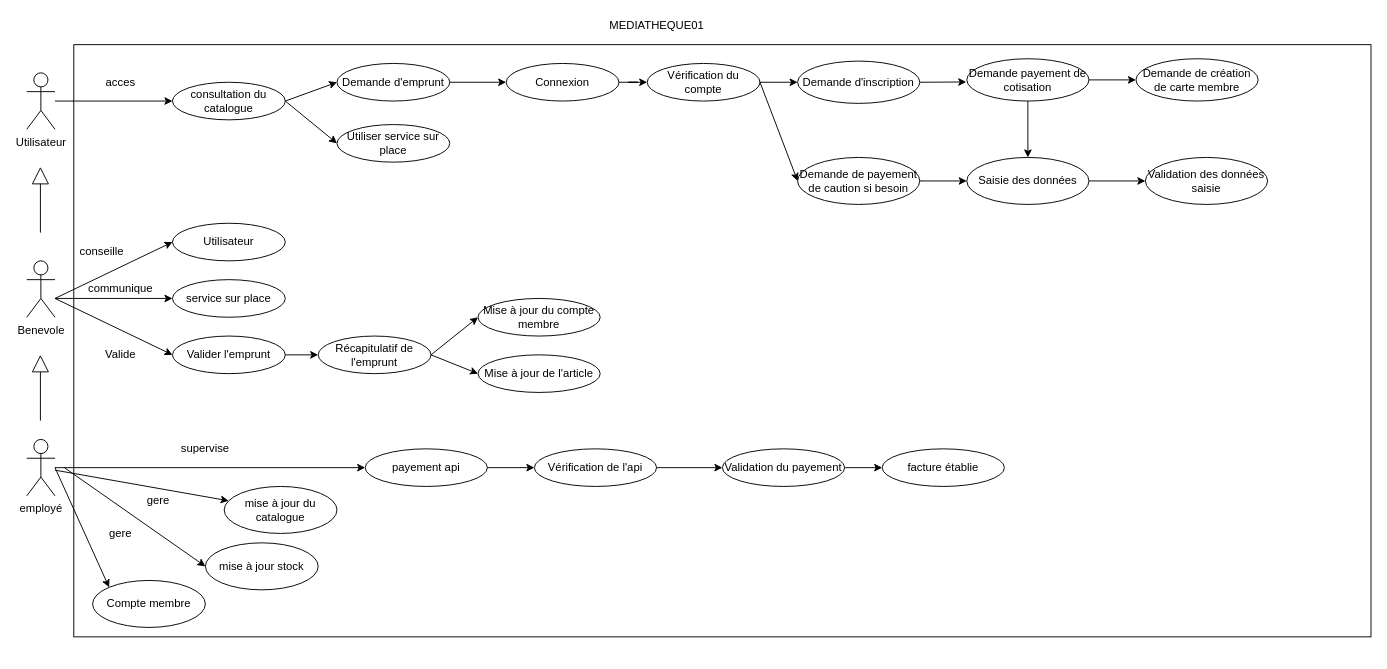
Above: page "Cas d'usage" (1 of 4) of developperDesComposantsdInterface/umlPartie1/UML.drawio in Mikaeldus/ExoCDA (draw.io), before the change. Source tidied: cells renumbered, new cells numbered last; positions are measured from the earlier drawing's top-left corner, leaving out a move shared by most shapes. Both pictures are drawn from the tidied source at 94%, with x=0, y=0 at pixel (26, 16).
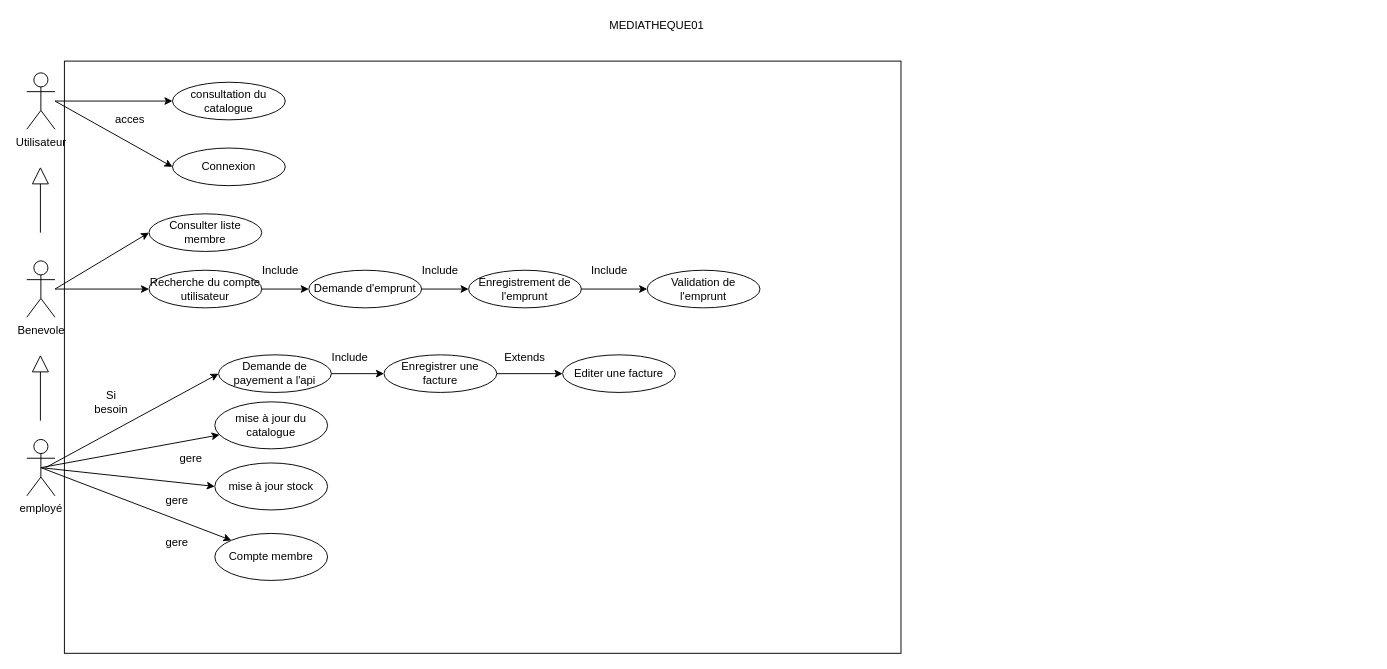
After the change.

Unchanged cells that the change refers to:
```xml
<mxCell id="4" value="Benevole" style="shape=umlActor;verticalLabelPosition=bottom;verticalAlign=top;html=1;outlineConnect=0;" parent="1" vertex="1">
  <mxGeometry y="260" width="30" height="60" as="geometry" />
</mxCell>
<mxCell id="5" value="employé" style="shape=umlActor;verticalLabelPosition=bottom;verticalAlign=top;html=1;outlineConnect=0;" parent="1" vertex="1">
  <mxGeometry y="450" width="30" height="60" as="geometry" />
</mxCell>
<mxCell id="7" value="consultation du catalogue" style="ellipse;whiteSpace=wrap;html=1;" parent="1" vertex="1">
  <mxGeometry x="155" y="70" width="120" height="40" as="geometry" />
</mxCell>
```

What changed in the source:
```diff
@@
     <mxCell id="2" style="html=1;" parent="1" vertex="1">
-      <mxGeometry x="50" y="30" width="1380" height="630" as="geometry" />
+      <mxGeometry x="40" y="47.5" width="890" height="630" as="geometry" />
     </mxCell>
@@
-    <mxCell id="8" value="payement api" style="ellipse;whiteSpace=wrap;html=1;" parent="1" vertex="1">
-      <mxGeometry x="360" y="460" width="130" height="40" as="geometry" />
-    </mxCell>
@@
-    <mxCell id="10" style="endArrow=classic;html=1;" parent="1" edge="1" source="5" target="11">
+    <mxCell id="10" style="endArrow=classic;html=1;exitX=0.5;exitY=0.5;exitDx=0;exitDy=0;exitPerimeter=0;" parent="1" edge="1" source="5" target="11">
       <mxGeometry relative="1" as="geometry" />
     </mxCell>
     <mxCell id="11" value="mise à jour du catalogue " style="ellipse;whiteSpace=wrap;html=1;" parent="1" vertex="1">
-      <mxGeometry x="210" y="500" width="120" height="50" as="geometry" />
+      <mxGeometry x="200" y="410" width="120" height="50" as="geometry" />
     </mxCell>
-    <mxCell id="12" value="Demande d'inscription" style="ellipse;whiteSpace=wrap;html=1;" parent="1" vertex="1">
-      <mxGeometry x="820" y="47.5" width="130" height="45" as="geometry" />
-    </mxCell>
@@
-    <mxCell id="16" value="Demande d'emprunt" style="ellipse;whiteSpace=wrap;html=1;" parent="1" vertex="1">
-      <mxGeometry x="330" y="50" width="120" height="40" as="geometry" />
-    </mxCell>
-    <mxCell id="17" style="edgeStyle=orthogonalEdgeStyle;rounded=0;jettySize=auto;html=1;" parent="1" edge="1" source="18" target="29">
-      <mxGeometry relative="1" as="geometry" />
-    </mxCell>
-    <mxCell id="18" value="Connexion" style="ellipse;whiteSpace=wrap;html=1;" parent="1" vertex="1">
-      <mxGeometry x="510" y="50" width="120" height="40" as="geometry" />
-    </mxCell>
-    <mxCell id="19" value="Demande de payement de caution si besoin" style="ellipse;whiteSpace=wrap;html=1;" parent="1" vertex="1">
-      <mxGeometry x="820" y="150" width="130" height="50" as="geometry" />
-    </mxCell>
-    <mxCell id="20" value="Utiliser service sur place" style="ellipse;whiteSpace=wrap;html=1;" parent="1" vertex="1">
-      <mxGeometry x="330" y="115" width="120" height="40" as="geometry" />
-    </mxCell>
-    <mxCell id="21" style="endArrow=classic;html=1;exitX=1;exitY=0.5;exitDx=0;exitDy=0;entryX=0;entryY=0.5;entryDx=0;entryDy=0;" parent="1" edge="1" source="7" target="20">
-      <mxGeometry relative="1" as="geometry" />
-    </mxCell>
-    <mxCell id="22" style="endArrow=classic;html=1;exitX=1;exitY=0.5;exitDx=0;exitDy=0;entryX=0;entryY=0.5;entryDx=0;entryDy=0;" parent="1" edge="1" source="7" target="16">
-      <mxGeometry relative="1" as="geometry" />
-    </mxCell>
-    <mxCell id="23" style="endArrow=classic;html=1;exitX=1;exitY=0.5;exitDx=0;exitDy=0;entryX=0;entryY=0.5;entryDx=0;entryDy=0;" parent="1" edge="1" source="16" target="18">
-      <mxGeometry relative="1" as="geometry" />
-    </mxCell>
-    <mxCell id="24" value="Valider l'emprunt" style="ellipse;whiteSpace=wrap;html=1;" parent="1" vertex="1">
-      <mxGeometry x="155" y="340" width="120" height="40" as="geometry" />
+    <mxCell id="24" value="Enregistrement de l'emprunt" style="ellipse;whiteSpace=wrap;html=1;" parent="1" vertex="1">
+      <mxGeometry x="470" y="270" width="120" height="40" as="geometry" />
     </mxCell>
-    <mxCell id="25" value="service sur place" style="ellipse;whiteSpace=wrap;html=1;" parent="1" vertex="1">
-      <mxGeometry x="155" y="280" width="120" height="40" as="geometry" />
-    </mxCell>
-    <mxCell id="26" style="endArrow=classic;html=1;entryX=0;entryY=0.5;entryDx=0;entryDy=0;" parent="1" edge="1" target="25">
-      <mxGeometry relative="1" as="geometry">
-        <mxPoint x="30" y="300" as="sourcePoint" />
-      </mxGeometry>
-    </mxCell>
-    <mxCell id="27" value="communique" style="text;html=1;strokeColor=none;fillColor=none;align=center;verticalAlign=middle;whiteSpace=wrap;rounded=0;" parent="1" vertex="1">
-      <mxGeometry x="80" y="280" width="40" height="20" as="geometry" />
-    </mxCell>
-    <mxCell id="28" value="Vérification de l'api" style="ellipse;whiteSpace=wrap;html=1;" parent="1" vertex="1">
-      <mxGeometry x="540" y="460" width="130" height="40" as="geometry" />
-    </mxCell>
-    <mxCell id="29" value="Vérification du compte" style="ellipse;whiteSpace=wrap;html=1;" parent="1" vertex="1">
-      <mxGeometry x="660" y="50" width="120" height="40" as="geometry" />
-    </mxCell>
-    <mxCell id="30" style="endArrow=classic;html=1;exitX=1;exitY=0.5;exitDx=0;exitDy=0;entryX=0;entryY=0.5;entryDx=0;entryDy=0;" parent="1" edge="1" source="29" target="12">
-      <mxGeometry relative="1" as="geometry" />
-    </mxCell>
-    <mxCell id="31" style="endArrow=classic;html=1;exitX=1;exitY=0.5;exitDx=0;exitDy=0;entryX=0;entryY=0.5;entryDx=0;entryDy=0;" parent="1" edge="1" source="29" target="19">
-      <mxGeometry relative="1" as="geometry" />
-    </mxCell>
-    <mxCell id="32" style="endArrow=classic;html=1;entryX=0;entryY=0.5;entryDx=0;entryDy=0;" parent="1" edge="1" target="8">
-      <mxGeometry relative="1" as="geometry">
-        <mxPoint x="30" y="480" as="sourcePoint" />
-      </mxGeometry>
-    </mxCell>
-    <mxCell id="33" value="supervise" style="text;html=1;strokeColor=none;fillColor=none;align=center;verticalAlign=middle;whiteSpace=wrap;rounded=0;" parent="1" vertex="1">
-      <mxGeometry x="170" y="450" width="40" height="20" as="geometry" />
-    </mxCell>
-    <mxCell id="34" value="Validation du payement" style="ellipse;whiteSpace=wrap;html=1;" parent="1" vertex="1">
-      <mxGeometry x="740" y="460" width="130" height="40" as="geometry" />
-    </mxCell>
-    <mxCell id="35" value="Mise à jour du compte membre" style="ellipse;whiteSpace=wrap;html=1;" parent="1" vertex="1">
-      <mxGeometry x="480" y="300" width="130" height="40" as="geometry" />
-    </mxCell>
-    <mxCell id="36" value="Saisie des données" style="ellipse;whiteSpace=wrap;html=1;" parent="1" vertex="1">
-      <mxGeometry x="1000" y="150" width="130" height="50" as="geometry" />
-    </mxCell>
-    <mxCell id="37" style="endArrow=classic;html=1;exitX=1;exitY=0.5;exitDx=0;exitDy=0;entryX=0;entryY=0.5;entryDx=0;entryDy=0;" parent="1" edge="1" source="8" target="28">
-      <mxGeometry relative="1" as="geometry" />
-    </mxCell>
-    <mxCell id="38" style="endArrow=classic;html=1;exitX=1;exitY=0.5;exitDx=0;exitDy=0;entryX=0;entryY=0.5;entryDx=0;entryDy=0;" parent="1" edge="1" source="28" target="34">
-      <mxGeometry relative="1" as="geometry" />
-    </mxCell>
-    <mxCell id="39" value="Validation des données saisie" style="ellipse;whiteSpace=wrap;html=1;" parent="1" vertex="1">
-      <mxGeometry x="1190" y="150" width="130" height="50" as="geometry" />
-    </mxCell>
-    <mxCell id="40" style="endArrow=classic;html=1;exitX=1;exitY=0.5;exitDx=0;exitDy=0;entryX=0;entryY=0.5;entryDx=0;entryDy=0;" parent="1" edge="1" source="36" target="39">
-      <mxGeometry relative="1" as="geometry" />
-    </mxCell>
-    <mxCell id="41" value="Récapitulatif de l'emprunt" style="ellipse;whiteSpace=wrap;html=1;" parent="1" vertex="1">
-      <mxGeometry x="310" y="340" width="120" height="40" as="geometry" />
-    </mxCell>
-    <mxCell id="42" style="endArrow=classic;html=1;entryX=0;entryY=0.5;entryDx=0;entryDy=0;" parent="1" edge="1" target="24">
-      <mxGeometry relative="1" as="geometry">
-        <mxPoint x="30" y="300" as="sourcePoint" />
-      </mxGeometry>
-    </mxCell>
-    <mxCell id="43" style="endArrow=classic;html=1;exitX=1;exitY=0.5;exitDx=0;exitDy=0;entryX=0;entryY=0.5;entryDx=0;entryDy=0;" parent="1" edge="1" source="24" target="41">
-      <mxGeometry relative="1" as="geometry" />
-    </mxCell>
-    <mxCell id="44" value="facture établie" style="ellipse;whiteSpace=wrap;html=1;" parent="1" vertex="1">
-      <mxGeometry x="910" y="460" width="130" height="40" as="geometry" />
-    </mxCell>
-    <mxCell id="45" value="Mise à jour de l'article" style="ellipse;whiteSpace=wrap;html=1;" parent="1" vertex="1">
-      <mxGeometry x="480" y="360" width="130" height="40" as="geometry" />
-    </mxCell>
-    <mxCell id="46" style="endArrow=classic;html=1;exitX=1;exitY=0.5;exitDx=0;exitDy=0;entryX=0;entryY=0.5;entryDx=0;entryDy=0;" parent="1" edge="1" source="34" target="44">
-      <mxGeometry relative="1" as="geometry" />
-    </mxCell>
-    <mxCell id="47" style="endArrow=classic;html=1;exitX=1;exitY=0.5;exitDx=0;exitDy=0;entryX=0;entryY=0.5;entryDx=0;entryDy=0;" parent="1" edge="1" source="41" target="35">
-      <mxGeometry relative="1" as="geometry" />
-    </mxCell>
-    <mxCell id="48" style="endArrow=classic;html=1;exitX=1;exitY=0.5;exitDx=0;exitDy=0;entryX=0;entryY=0.5;entryDx=0;entryDy=0;" parent="1" edge="1" source="41" target="45">
-      <mxGeometry relative="1" as="geometry" />
-    </mxCell>
-    <mxCell id="49" value="Valide" style="text;html=1;strokeColor=none;fillColor=none;align=center;verticalAlign=middle;whiteSpace=wrap;rounded=0;" parent="1" vertex="1">
-      <mxGeometry x="80" y="350" width="40" height="20" as="geometry" />
-    </mxCell>
     <mxCell id="50" value="mise à jour stock" style="ellipse;whiteSpace=wrap;html=1;" parent="1" vertex="1">
-      <mxGeometry x="190" y="560" width="120" height="50" as="geometry" />
+      <mxGeometry x="200" y="475" width="120" height="50" as="geometry" />
     </mxCell>
-    <mxCell id="51" style="endArrow=classic;html=1;entryX=0;entryY=0.5;entryDx=0;entryDy=0;" parent="1" edge="1" target="50">
-      <mxGeometry relative="1" as="geometry">
-        <mxPoint x="40" y="480" as="sourcePoint" />
-      </mxGeometry>
+    <mxCell id="51" style="endArrow=classic;html=1;entryX=0;entryY=0.5;entryDx=0;entryDy=0;exitX=0.5;exitY=0.5;exitDx=0;exitDy=0;exitPerimeter=0;" parent="1" edge="1" source="5" target="50">
+      <mxGeometry relative="1" as="geometry" />
     </mxCell>
     <mxCell id="52" value="gere" style="text;html=1;strokeColor=none;fillColor=none;align=center;verticalAlign=middle;whiteSpace=wrap;rounded=0;" parent="1" vertex="1">
-      <mxGeometry x="120" y="505" width="40" height="20" as="geometry" />
+      <mxGeometry x="140" y="505" width="40" height="20" as="geometry" />
     </mxCell>
     <mxCell id="53" value="acces" style="text;html=1;strokeColor=none;fillColor=none;align=center;verticalAlign=middle;whiteSpace=wrap;rounded=0;" parent="1" vertex="1">
-      <mxGeometry x="80" y="60" width="40" height="20" as="geometry" />
+      <mxGeometry x="90" y="100" width="40" height="20" as="geometry" />
     </mxCell>
     <mxCell id="54" value="Compte membre" style="ellipse;whiteSpace=wrap;html=1;" parent="1" vertex="1">
-      <mxGeometry x="70" y="600" width="120" height="50" as="geometry" />
+      <mxGeometry x="200" y="550" width="120" height="50" as="geometry" />
     </mxCell>
-    <mxCell id="55" style="endArrow=classic;html=1;entryX=0;entryY=0;entryDx=0;entryDy=0;" parent="1" edge="1" target="54">
-      <mxGeometry relative="1" as="geometry">
-        <mxPoint x="30" y="480" as="sourcePoint" />
-      </mxGeometry>
+    <mxCell id="55" style="endArrow=classic;html=1;entryX=0;entryY=0;entryDx=0;entryDy=0;exitX=0.5;exitY=0.5;exitDx=0;exitDy=0;exitPerimeter=0;" parent="1" edge="1" source="5" target="54">
+      <mxGeometry relative="1" as="geometry" />
     </mxCell>
     <mxCell id="56" value="gere" style="text;html=1;strokeColor=none;fillColor=none;align=center;verticalAlign=middle;whiteSpace=wrap;rounded=0;" parent="1" vertex="1">
-      <mxGeometry x="80" y="540" width="40" height="20" as="geometry" />
+      <mxGeometry x="140" y="550" width="40" height="20" as="geometry" />
     </mxCell>
-    <mxCell id="57" style="endArrow=classic;html=1;exitX=1;exitY=0.5;exitDx=0;exitDy=0;entryX=0.688;entryY=0.063;entryDx=0;entryDy=0;entryPerimeter=0;" parent="1" edge="1" source="12" target="2">
-      <mxGeometry relative="1" as="geometry" />
-    </mxCell>
-    <mxCell id="58" style="edgeStyle=orthogonalEdgeStyle;rounded=0;jettySize=auto;html=1;" parent="1" edge="1" source="59" target="60">
-      <mxGeometry relative="1" as="geometry" />
-    </mxCell>
-    <mxCell id="59" value="Demande payement de cotisation" style="ellipse;whiteSpace=wrap;html=1;" parent="1" vertex="1">
-      <mxGeometry x="1000" y="45" width="130" height="45" as="geometry" />
-    </mxCell>
-    <mxCell id="60" value="Demande de création de carte membre" style="ellipse;whiteSpace=wrap;html=1;" parent="1" vertex="1">
-      <mxGeometry x="1180" y="45" width="130" height="45" as="geometry" />
-    </mxCell>
-    <mxCell id="61" style="endArrow=classic;html=1;exitX=0.5;exitY=1;exitDx=0;exitDy=0;entryX=0.5;entryY=0;entryDx=0;entryDy=0;" parent="1" edge="1" source="59" target="36">
-      <mxGeometry relative="1" as="geometry" />
-    </mxCell>
-    <mxCell id="62" style="endArrow=classic;html=1;exitX=1;exitY=0.5;exitDx=0;exitDy=0;entryX=0;entryY=0.5;entryDx=0;entryDy=0;" parent="1" edge="1" source="19" target="36">
-      <mxGeometry relative="1" as="geometry" />
-    </mxCell>
-    <mxCell id="63" value="Utilisateur" style="ellipse;whiteSpace=wrap;html=1;" parent="1" vertex="1">
-      <mxGeometry x="155" y="220" width="120" height="40" as="geometry" />
-    </mxCell>
-    <mxCell id="64" style="endArrow=classic;html=1;entryX=0;entryY=0.5;entryDx=0;entryDy=0;" parent="1" edge="1" target="63">
-      <mxGeometry relative="1" as="geometry">
-        <mxPoint x="30" y="300" as="sourcePoint" />
-      </mxGeometry>
-    </mxCell>
-    <mxCell id="65" value="conseille" style="text;html=1;strokeColor=none;fillColor=none;align=center;verticalAlign=middle;whiteSpace=wrap;rounded=0;" parent="1" vertex="1">
-      <mxGeometry x="60" y="240" width="40" height="20" as="geometry" />
-    </mxCell>
+    <mxCell id="18" value="Connexion" style="ellipse;whiteSpace=wrap;html=1;" parent="1" vertex="1">
+      <mxGeometry x="155" y="140" width="120" height="40" as="geometry" />
+    </mxCell>
+    <mxCell id="66" style="endArrow=classic;html=1;entryX=0;entryY=0.5;entryDx=0;entryDy=0;" parent="1" edge="1" target="18">
+      <mxGeometry relative="1" as="geometry">
+        <mxPoint x="30" y="90" as="sourcePoint" />
+      </mxGeometry>
+    </mxCell>
+    <mxCell id="16" value="Demande d'emprunt" style="ellipse;whiteSpace=wrap;html=1;" parent="1" vertex="1">
+      <mxGeometry x="300" y="270" width="120" height="40" as="geometry" />
+    </mxCell>
+    <mxCell id="67" value="Recherche du compte utilisateur" style="ellipse;whiteSpace=wrap;html=1;" parent="1" vertex="1">
+      <mxGeometry x="130" y="270" width="120" height="40" as="geometry" />
+    </mxCell>
+    <mxCell id="68" style="endArrow=classic;html=1;entryX=0;entryY=0.5;entryDx=0;entryDy=0;" parent="1" edge="1" source="4" target="67">
+      <mxGeometry relative="1" as="geometry" />
+    </mxCell>
+    <mxCell id="69" style="endArrow=classic;html=1;exitX=1;exitY=0.5;exitDx=0;exitDy=0;entryX=0;entryY=0.5;entryDx=0;entryDy=0;" parent="1" edge="1" source="67" target="16">
+      <mxGeometry relative="1" as="geometry" />
+    </mxCell>
+    <mxCell id="70" style="endArrow=classic;html=1;entryX=0;entryY=0.5;entryDx=0;entryDy=0;exitX=1;exitY=0.5;exitDx=0;exitDy=0;" parent="1" edge="1" source="16" target="24">
+      <mxGeometry relative="1" as="geometry" />
+    </mxCell>
+    <mxCell id="71" value="Validation de l'emprunt" style="ellipse;whiteSpace=wrap;html=1;" parent="1" vertex="1">
+      <mxGeometry x="660" y="270" width="120" height="40" as="geometry" />
+    </mxCell>
+    <mxCell id="72" style="endArrow=classic;html=1;exitX=1;exitY=0.5;exitDx=0;exitDy=0;entryX=0;entryY=0.5;entryDx=0;entryDy=0;" parent="1" edge="1" source="24" target="71">
+      <mxGeometry relative="1" as="geometry" />
+    </mxCell>
+    <mxCell id="73" value="Demande de payement a l'api" style="ellipse;whiteSpace=wrap;html=1;" parent="1" vertex="1">
+      <mxGeometry x="204" y="360" width="120" height="40" as="geometry" />
+    </mxCell>
+    <mxCell id="74" style="edgeStyle=orthogonalEdgeStyle;rounded=0;jettySize=auto;html=1;" parent="1" edge="1" source="75" target="81">
+      <mxGeometry relative="1" as="geometry" />
+    </mxCell>
+    <mxCell id="75" value="Enregistrer une facture" style="ellipse;whiteSpace=wrap;html=1;" parent="1" vertex="1">
+      <mxGeometry x="380" y="360" width="120" height="40" as="geometry" />
+    </mxCell>
+    <mxCell id="76" style="endArrow=classic;html=1;entryX=0;entryY=0.5;entryDx=0;entryDy=0;" parent="1" edge="1" target="73">
+      <mxGeometry relative="1" as="geometry">
+        <mxPoint x="20" y="480" as="sourcePoint" />
+      </mxGeometry>
+    </mxCell>
+    <mxCell id="77" style="endArrow=classic;html=1;exitX=1;exitY=0.5;exitDx=0;exitDy=0;entryX=0;entryY=0.5;entryDx=0;entryDy=0;" parent="1" edge="1" source="73" target="75">
+      <mxGeometry relative="1" as="geometry" />
+    </mxCell>
+    <mxCell id="78" value="Include" style="text;html=1;strokeColor=none;fillColor=none;align=center;verticalAlign=middle;whiteSpace=wrap;rounded=0;" parent="1" vertex="1">
+      <mxGeometry x="250" y="260" width="40" height="20" as="geometry" />
+    </mxCell>
+    <mxCell id="79" value="Include" style="text;html=1;strokeColor=none;fillColor=none;align=center;verticalAlign=middle;whiteSpace=wrap;rounded=0;" parent="1" vertex="1">
+      <mxGeometry x="600" y="260" width="40" height="20" as="geometry" />
+    </mxCell>
+    <mxCell id="80" value="Include" style="text;html=1;strokeColor=none;fillColor=none;align=center;verticalAlign=middle;whiteSpace=wrap;rounded=0;" parent="1" vertex="1">
+      <mxGeometry x="420" y="260" width="40" height="20" as="geometry" />
+    </mxCell>
+    <mxCell id="81" value="Editer une facture" style="ellipse;whiteSpace=wrap;html=1;" parent="1" vertex="1">
+      <mxGeometry x="570" y="360" width="120" height="40" as="geometry" />
+    </mxCell>
+    <mxCell id="82" value="Include" style="text;html=1;strokeColor=none;fillColor=none;align=center;verticalAlign=middle;whiteSpace=wrap;rounded=0;" parent="1" vertex="1">
+      <mxGeometry x="324" y="352.5" width="40" height="20" as="geometry" />
+    </mxCell>
+    <mxCell id="83" value="Extends" style="text;html=1;strokeColor=none;fillColor=none;align=center;verticalAlign=middle;whiteSpace=wrap;rounded=0;" parent="1" vertex="1">
+      <mxGeometry x="510" y="352.5" width="40" height="20" as="geometry" />
+    </mxCell>
+    <mxCell id="84" value="gere" style="text;html=1;strokeColor=none;fillColor=none;align=center;verticalAlign=middle;whiteSpace=wrap;rounded=0;" parent="1" vertex="1">
+      <mxGeometry x="155" y="460" width="40" height="20" as="geometry" />
+    </mxCell>
+    <mxCell id="85" value="Si besoin" style="text;html=1;strokeColor=none;fillColor=none;align=center;verticalAlign=middle;whiteSpace=wrap;rounded=0;" parent="1" vertex="1">
+      <mxGeometry x="70" y="400" width="40" height="20" as="geometry" />
+    </mxCell>
+    <mxCell id="86" value="Consulter liste membre" style="ellipse;whiteSpace=wrap;html=1;" parent="1" vertex="1">
+      <mxGeometry x="130" y="210" width="120" height="40" as="geometry" />
+    </mxCell>
+    <mxCell id="87" style="endArrow=classic;html=1;entryX=0;entryY=0.5;entryDx=0;entryDy=0;" parent="1" edge="1" target="86">
+      <mxGeometry relative="1" as="geometry">
+        <mxPoint x="30" y="290" as="sourcePoint" />
+      </mxGeometry>
+    </mxCell>
```
